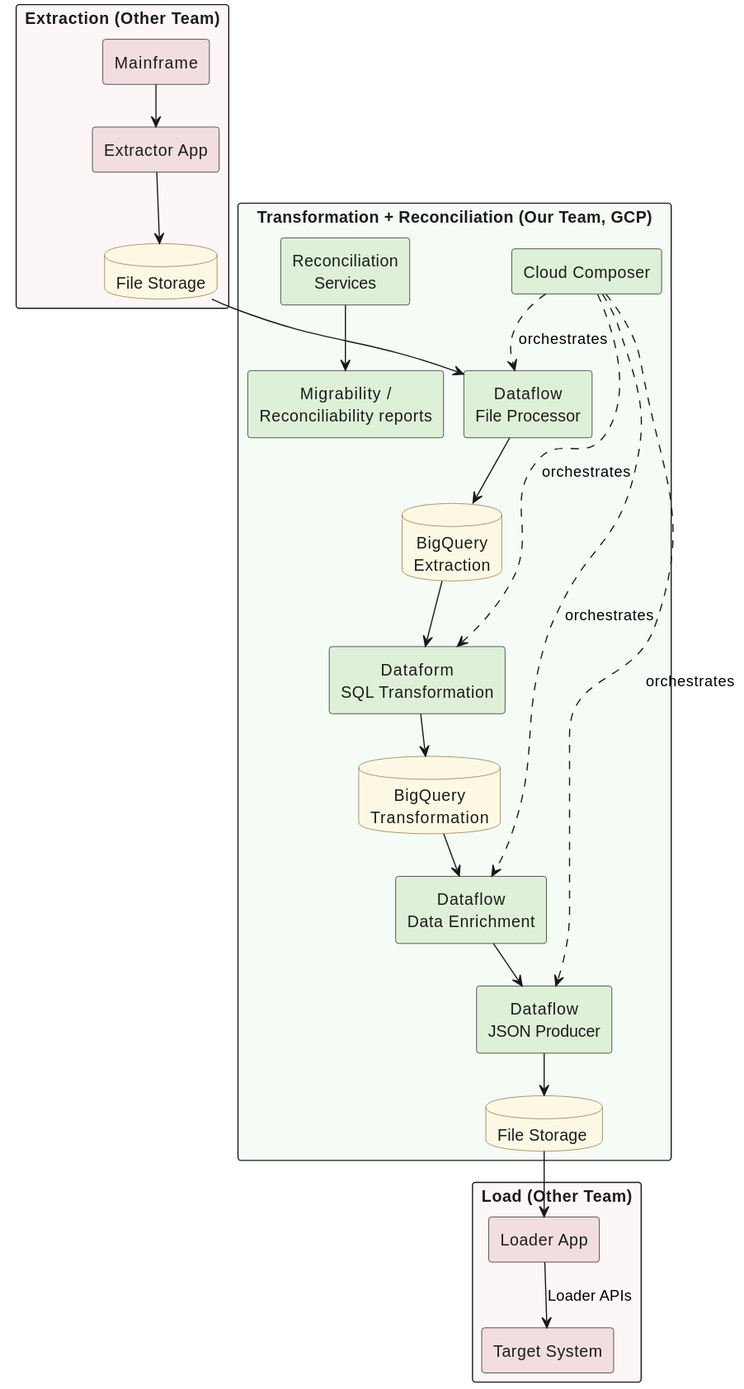
adrian-balaban/test-gcp-dataflow-dataform-cloud-composer keeps this PlantUML diagram as docs/plantuml/readme-02-pipeline-end-to-end.svg. Above is the earlier version.
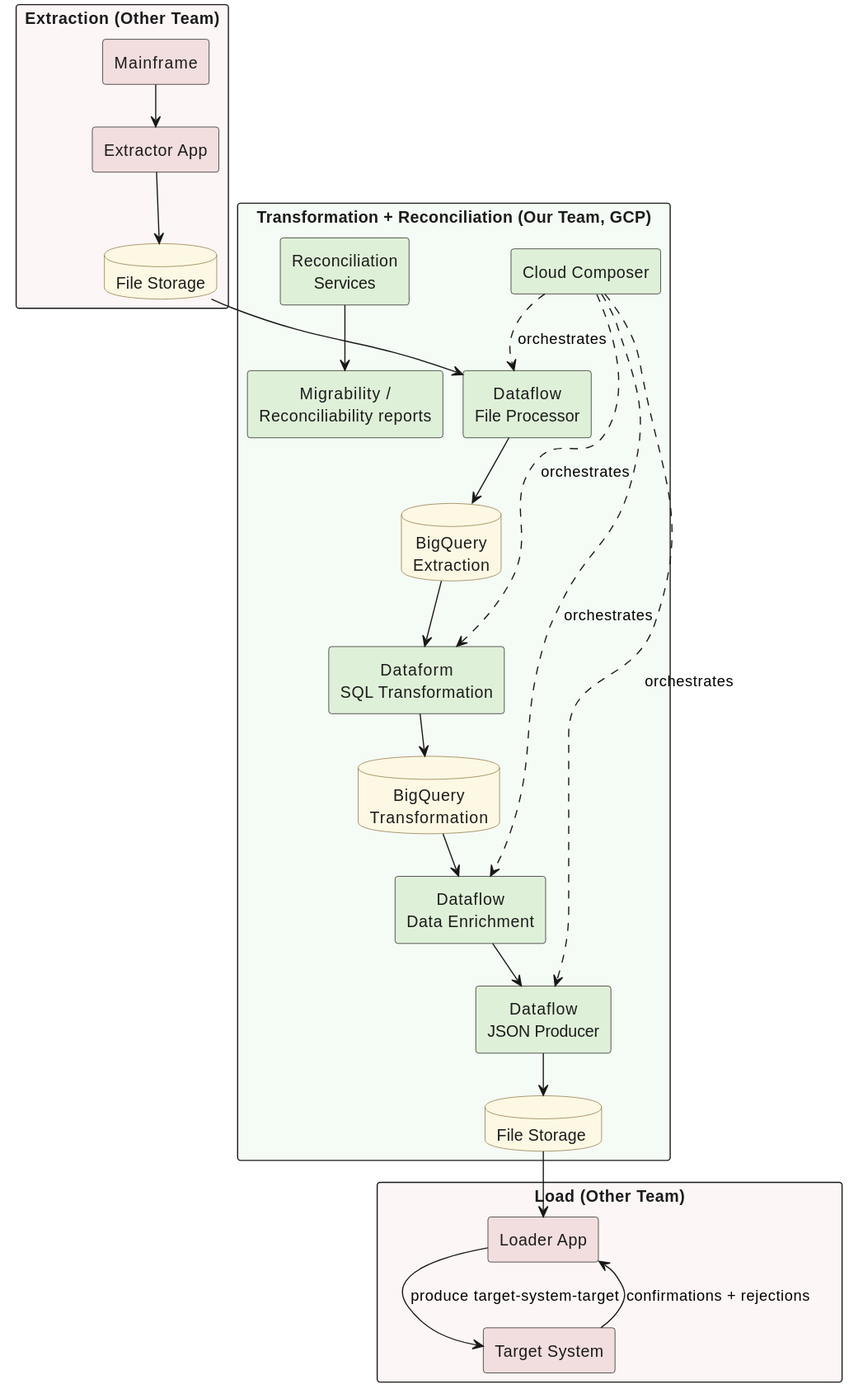
The same file after the commit.

Change to the diagram source:
```diff
@@ -46,7 +46,8 @@
 JP  --> FS2
 RS  --> RPT
 FS2 --> LA
-LA  --> VC : Loader APIs
+LA  --> VC : produce target-system-target
+VC  --> LA : confirmations + rejections
 
 CC ..> FP : orchestrates
 CC ..> DF : orchestrates
```
